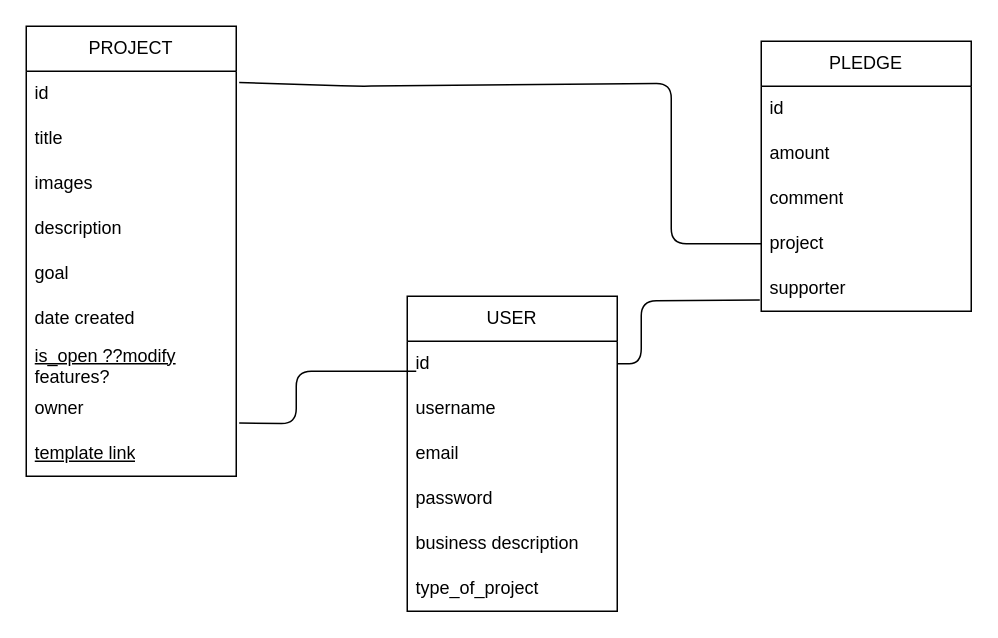
Before: crowdfounding/DRF.drawio in bendog/she-codes-crowdfunding-api-project-Andrea-Rivera, a draw.io diagram. Source tidied: cells renumbered, new cells numbered last; positions are measured from the earlier drawing's top-left corner, leaving out a move shared by most shapes. Both pictures are drawn from the tidied source at 150%, with x=0, y=0 at pixel (26, 26).
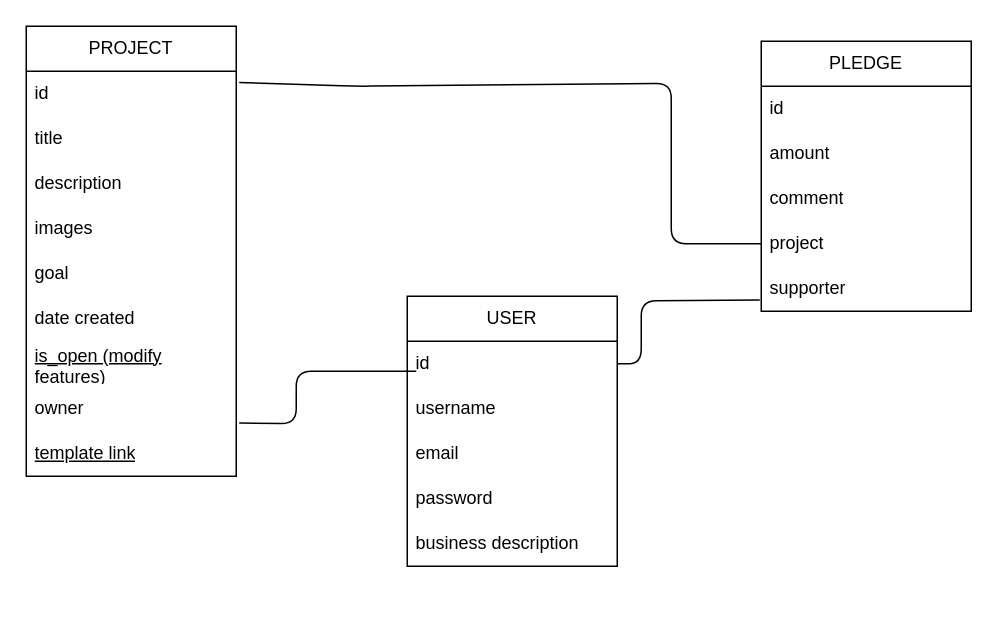
The same diagram, later.

Unchanged cells that the change refers to:
```xml
<mxCell id="2" value="PROJECT" style="swimlane;fontStyle=0;horizontal=1;startSize=30;whiteSpace=wrap;html=1;" parent="1" vertex="1">
  <mxGeometry width="140" height="300" as="geometry" />
</mxCell>
```

What changed in the source:
```diff
@@
+    <mxCell id="6" value="description" style="text;strokeColor=none;fillColor=none;align=left;verticalAlign=middle;spacingLeft=4;spacingRight=4;overflow=hidden;whiteSpace=wrap;html=1;" parent="2" vertex="1">
+      <mxGeometry y="90" width="140" height="30" as="geometry" />
+    </mxCell>
     <mxCell id="5" value="images" style="text;strokeColor=none;fillColor=none;align=left;verticalAlign=middle;spacingLeft=4;spacingRight=4;overflow=hidden;whiteSpace=wrap;html=1;" parent="2" vertex="1">
-      <mxGeometry y="90" width="140" height="30" as="geometry" />
+      <mxGeometry y="120" width="140" height="30" as="geometry" />
     </mxCell>
-    <mxCell id="6" value="description" style="text;strokeColor=none;fillColor=none;align=left;verticalAlign=middle;spacingLeft=4;spacingRight=4;overflow=hidden;whiteSpace=wrap;html=1;" parent="2" vertex="1">
-      <mxGeometry y="120" width="140" height="30" as="geometry" />
-    </mxCell>
@@
-    <mxCell id="9" value="&lt;u&gt;is_open ??modify features?&lt;/u&gt;" style="text;strokeColor=none;fillColor=none;align=left;verticalAlign=middle;spacingLeft=4;spacingRight=4;overflow=hidden;whiteSpace=wrap;html=1;" parent="2" vertex="1">
+    <mxCell id="9" value="&lt;u&gt;is_open (modify features)&lt;/u&gt;" style="text;strokeColor=none;fillColor=none;align=left;verticalAlign=middle;spacingLeft=4;spacingRight=4;overflow=hidden;whiteSpace=wrap;html=1;" parent="2" vertex="1">
       <mxGeometry y="210" width="140" height="30" as="geometry" />
     </mxCell>
@@
     <mxCell id="12" value="USER" style="swimlane;fontStyle=0;horizontal=1;startSize=30;whiteSpace=wrap;html=1;" parent="1" vertex="1">
-      <mxGeometry x="254" y="180" width="140" height="210" as="geometry" />
+      <mxGeometry x="254" y="180" width="140" height="180" as="geometry" />
     </mxCell>
@@
-    <mxCell id="18" value="type_of_project" style="text;strokeColor=none;fillColor=none;align=left;verticalAlign=middle;spacingLeft=4;spacingRight=4;overflow=hidden;whiteSpace=wrap;html=1;" parent="12" vertex="1">
-      <mxGeometry y="180" width="140" height="30" as="geometry" />
-    </mxCell>
```
